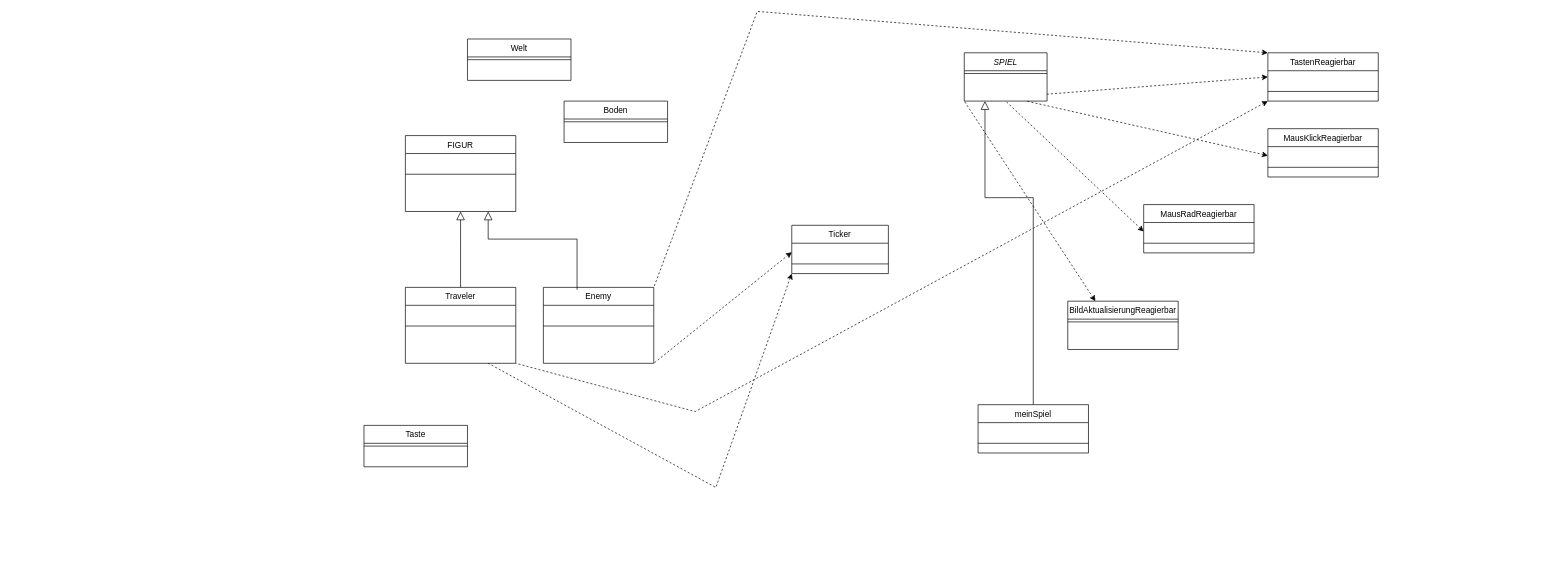
The draw.io diagram Klassendiagramm.drawio in lassewiedemann/Java-Game, before the edit. Source tidied: cells renumbered, new cells numbered last; positions are measured from the earlier drawing's top-left corner, leaving out a move shared by most shapes. Both pictures are drawn from the tidied source at 69%, with x=0, y=0 at pixel (364, 11).
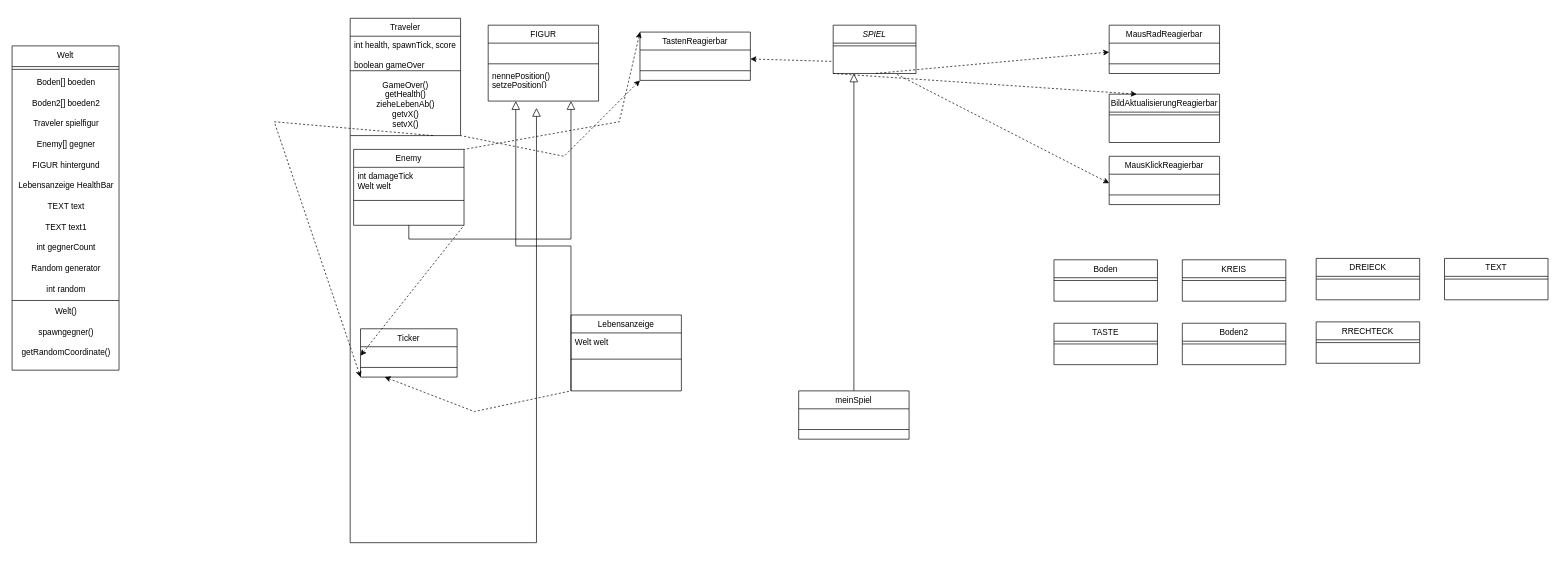
The same page after the edit.

The change refers to these unchanged cells:
```xml
<mxCell id="18" value="&#10;" style="text;align=left;verticalAlign=top;spacingLeft=4;spacingRight=4;overflow=hidden;points=[[0,0.5],[1,0.5]];portConstraint=eastwest;" parent="17" vertex="1">
  <mxGeometry y="26" width="160" height="26" as="geometry" />
</mxCell>
```

What changed in the source:
```diff
@@
     <mxCell id="2" value="SPIEL" style="swimlane;fontStyle=2;align=center;verticalAlign=top;horizontal=1;startSize=26;rounded=0;shadow=0;strokeWidth=1;" parent="1" vertex="1">
-      <mxGeometry x="870" y="60" width="120" height="70" as="geometry" />
+      <mxGeometry x="680" y="20" width="120" height="70" as="geometry" />
     </mxCell>
@@
     <mxCell id="4" value="FIGUR" style="swimlane;fontStyle=0;align=center;verticalAlign=top;horizontal=1;startSize=26;rounded=0;shadow=0;strokeWidth=1;" parent="1" vertex="1">
-      <mxGeometry x="60" y="180" width="160" height="110" as="geometry" />
+      <mxGeometry x="180" y="20" width="160" height="110" as="geometry" />
     </mxCell>
@@
-    <mxCell id="7" value="&#10;" style="text;align=left;verticalAlign=top;spacingLeft=4;spacingRight=4;overflow=hidden;" parent="4" vertex="1">
+    <mxCell id="7" value="nennePosition()&#10;setzePosition()&#10;" style="text;align=left;verticalAlign=top;spacingLeft=4;spacingRight=4;overflow=hidden;" parent="4" vertex="1">
       <mxGeometry y="60" width="160" height="26" as="geometry" />
     </mxCell>
-    <mxCell id="8" value="Welt&#10;" style="swimlane;fontStyle=0;align=center;verticalAlign=top;horizontal=1;startSize=26;rounded=0;shadow=0;strokeWidth=1;" parent="1" vertex="1">
-      <mxGeometry x="150" y="40" width="150" height="60" as="geometry" />
+    <mxCell id="8" value="Welt&#10;" style="swimlane;fontStyle=0;align=center;verticalAlign=top;horizontal=1;startSize=30;rounded=0;shadow=0;strokeWidth=1;" parent="1" vertex="1">
+      <mxGeometry x="-510" y="50" width="155" height="470" as="geometry" />
     </mxCell>
     <mxCell id="9" style="line;html=1;strokeWidth=1;align=left;verticalAlign=middle;spacingTop=-1;spacingLeft=3;spacingRight=3;labelPosition=right;" parent="8" vertex="1">
-      <mxGeometry y="26" width="150" height="8" as="geometry" />
+      <mxGeometry y="30" width="155" height="8" as="geometry" />
     </mxCell>
+    <mxCell id="51" value="&lt;div&gt;Boden[] boeden&lt;/div&gt;" style="text;html=1;align=center;verticalAlign=middle;strokeColor=none;fillColor=none;" parent="8" vertex="1">
+      <mxGeometry y="38" width="155" height="30" as="geometry" />
+    </mxCell>
+    <mxCell id="52" value="&lt;div&gt;Boden2[] boeden2&lt;/div&gt;" style="text;html=1;align=center;verticalAlign=middle;strokeColor=none;fillColor=none;" parent="8" vertex="1">
+      <mxGeometry y="68" width="155" height="30" as="geometry" />
+    </mxCell>
+    <mxCell id="53" value="Traveler spielfigur" style="text;html=1;align=center;verticalAlign=middle;strokeColor=none;fillColor=none;" parent="8" vertex="1">
+      <mxGeometry y="98" width="155" height="30" as="geometry" />
+    </mxCell>
+    <mxCell id="54" value="Enemy[] gegner" style="text;html=1;align=center;verticalAlign=middle;strokeColor=none;fillColor=none;" parent="8" vertex="1">
+      <mxGeometry y="128" width="155" height="30" as="geometry" />
+    </mxCell>
+    <mxCell id="55" value="FIGUR hintergund" style="text;html=1;align=center;verticalAlign=middle;strokeColor=none;fillColor=none;" parent="8" vertex="1">
+      <mxGeometry y="158" width="155" height="30" as="geometry" />
+    </mxCell>
+    <mxCell id="56" value="Lebensanzeige HealthBar" style="text;html=1;align=center;verticalAlign=middle;strokeColor=none;fillColor=none;" parent="8" vertex="1">
+      <mxGeometry y="188" width="155" height="30" as="geometry" />
+    </mxCell>
+    <mxCell id="57" value="TEXT text" style="text;html=1;align=center;verticalAlign=middle;strokeColor=none;fillColor=none;" parent="8" vertex="1">
+      <mxGeometry y="218" width="155" height="30" as="geometry" />
+    </mxCell>
+    <mxCell id="58" value="TEXT text1" style="text;html=1;align=center;verticalAlign=middle;strokeColor=none;fillColor=none;" parent="8" vertex="1">
+      <mxGeometry y="248" width="155" height="30" as="geometry" />
+    </mxCell>
+    <mxCell id="59" value="int gegnerCount" style="text;html=1;align=center;verticalAlign=middle;strokeColor=none;fillColor=none;" parent="8" vertex="1">
+      <mxGeometry y="278" width="155" height="30" as="geometry" />
+    </mxCell>
+    <mxCell id="60" value="Random generator" style="text;html=1;align=center;verticalAlign=middle;strokeColor=none;fillColor=none;" parent="8" vertex="1">
+      <mxGeometry y="308" width="155" height="30" as="geometry" />
+    </mxCell>
+    <mxCell id="61" value="int random" style="text;html=1;align=center;verticalAlign=middle;strokeColor=none;fillColor=none;" parent="8" vertex="1">
+      <mxGeometry y="338" width="155" height="30" as="geometry" />
+    </mxCell>
+    <mxCell id="62" style="line;html=1;strokeWidth=1;align=left;verticalAlign=middle;spacingTop=-1;spacingLeft=3;spacingRight=3;labelPosition=right;" parent="8" vertex="1">
+      <mxGeometry y="368" width="155" height="2" as="geometry" />
+    </mxCell>
+    <mxCell id="63" value="Welt()" style="text;html=1;align=center;verticalAlign=middle;strokeColor=none;fillColor=none;" parent="8" vertex="1">
+      <mxGeometry y="370" width="155" height="30" as="geometry" />
+    </mxCell>
+    <mxCell id="64" value="spawngegner()" style="text;html=1;align=center;verticalAlign=middle;strokeColor=none;fillColor=none;" parent="8" vertex="1">
+      <mxGeometry y="400" width="155" height="30" as="geometry" />
+    </mxCell>
+    <mxCell id="65" value="getRandomCoordinate()" style="text;html=1;align=center;verticalAlign=middle;strokeColor=none;fillColor=none;" parent="8" vertex="1">
+      <mxGeometry y="430" width="155" height="30" as="geometry" />
+    </mxCell>
     <mxCell id="10" value="meinSpiel" style="swimlane;fontStyle=0;align=center;verticalAlign=top;horizontal=1;startSize=26;rounded=0;shadow=0;strokeWidth=1;" parent="1" vertex="1">
-      <mxGeometry x="890" y="570" width="160" height="70" as="geometry" />
+      <mxGeometry x="630" y="550" width="160" height="70" as="geometry" />
     </mxCell>
@@
     <mxCell id="13" style="endArrow=block;endSize=10;endFill=0;shadow=0;strokeWidth=1;rounded=0;curved=0;edgeStyle=elbowEdgeStyle;elbow=vertical;exitX=0.5;exitY=0;exitDx=0;exitDy=0;entryX=0.25;entryY=1;entryDx=0;entryDy=0;" parent="1" edge="1" source="10" target="2">
       <mxGeometry relative="1" as="geometry">
         <Array as="points">
-          <mxPoint x="980" y="270" />
+          <mxPoint x="720" y="300" />
           <mxPoint x="960" y="290" />
         </Array>
       </mxGeometry>
     </mxCell>
     <mxCell id="14" value="MausRadReagierbar" style="swimlane;fontStyle=0;align=center;verticalAlign=top;horizontal=1;startSize=26;rounded=0;shadow=0;strokeWidth=1;" parent="1" vertex="1">
-      <mxGeometry x="1130" y="280" width="160" height="70" as="geometry" />
+      <mxGeometry x="1080" y="20" width="160" height="70" as="geometry" />
     </mxCell>
@@
     <mxCell id="17" value="TastenReagierbar" style="swimlane;fontStyle=0;align=center;verticalAlign=top;horizontal=1;startSize=26;rounded=0;shadow=0;strokeWidth=1;" parent="1" vertex="1">
-      <mxGeometry x="1310" y="60" width="160" height="70" as="geometry" />
+      <mxGeometry x="400" y="30" width="160" height="70" as="geometry" />
     </mxCell>
@@
     <mxCell id="20" value="BildAktualisierungReagierbar" style="swimlane;fontStyle=0;align=center;verticalAlign=top;horizontal=1;startSize=26;rounded=0;shadow=0;strokeWidth=1;" parent="1" vertex="1">
-      <mxGeometry x="1020" y="420" width="160" height="70" as="geometry" />
+      <mxGeometry x="1080" y="120" width="160" height="70" as="geometry" />
     </mxCell>
@@
-    <mxCell id="22" value="&#10;" style="text;align=left;verticalAlign=top;spacingLeft=4;spacingRight=4;overflow=hidden;" parent="1" vertex="1">
-      <mxGeometry x="1080" y="410" width="160" height="26" as="geometry" />
-    </mxCell>
     <mxCell id="23" value="MausKlickReagierbar" style="swimlane;fontStyle=0;align=center;verticalAlign=top;horizontal=1;startSize=26;rounded=0;shadow=0;strokeWidth=1;" parent="1" vertex="1">
-      <mxGeometry x="1310" y="170" width="160" height="70" as="geometry" />
+      <mxGeometry x="1080" y="210" width="160" height="70" as="geometry" />
     </mxCell>
@@
     <mxCell id="26" value="Ticker" style="swimlane;fontStyle=0;align=center;verticalAlign=top;horizontal=1;startSize=26;rounded=0;shadow=0;strokeWidth=1;" parent="1" vertex="1">
-      <mxGeometry x="620" y="310" width="140" height="70" as="geometry" />
+      <mxGeometry x="-5" y="460" width="140" height="70" as="geometry" />
     </mxCell>
@@
     <mxCell id="29" value="Traveler" style="swimlane;fontStyle=0;align=center;verticalAlign=top;horizontal=1;startSize=26;rounded=0;shadow=0;strokeWidth=1;" parent="1" vertex="1">
-      <mxGeometry x="60" y="400" width="160" height="110" as="geometry" />
+      <mxGeometry x="-20" y="10" width="160" height="170" as="geometry" />
     </mxCell>
-    <mxCell id="30" value="&#10;" style="text;align=left;verticalAlign=top;spacingLeft=4;spacingRight=4;overflow=hidden;rounded=0;shadow=0;html=0;" parent="29" vertex="1">
-      <mxGeometry y="26" width="160" height="26" as="geometry" />
+    <mxCell id="30" value="int health, spawnTick, score&#10;&#10;boolean gameOver" style="text;align=left;verticalAlign=top;spacingLeft=4;spacingRight=4;overflow=hidden;rounded=0;shadow=0;html=0;" parent="29" vertex="1">
+      <mxGeometry y="26" width="160" height="44" as="geometry" />
     </mxCell>
+    <mxCell id="32" value="&#10;" style="text;align=left;verticalAlign=top;spacingLeft=4;spacingRight=4;overflow=hidden;" parent="29" vertex="1">
+      <mxGeometry y="70" width="160" height="2" as="geometry" />
+    </mxCell>
     <mxCell id="31" style="line;html=1;strokeWidth=1;align=left;verticalAlign=middle;spacingTop=-1;spacingLeft=3;spacingRight=3;labelPosition=right;" parent="29" vertex="1">
-      <mxGeometry y="52" width="160" height="8" as="geometry" />
+      <mxGeometry y="72" width="160" height="8" as="geometry" />
     </mxCell>
-    <mxCell id="32" value="&#10;" style="text;align=left;verticalAlign=top;spacingLeft=4;spacingRight=4;overflow=hidden;" parent="29" vertex="1">
-      <mxGeometry y="60" width="160" height="26" as="geometry" />
-    </mxCell>
+    <mxCell id="66" value="&lt;div&gt;GameOver()&lt;/div&gt;&lt;div&gt;getHealth()&lt;/div&gt;&lt;div&gt;zieheLebenAb()&lt;/div&gt;&lt;div&gt;getvX()&lt;/div&gt;&lt;div&gt;setvX()&lt;br&gt;&lt;/div&gt;" style="text;html=1;align=center;verticalAlign=middle;strokeColor=none;fillColor=none;" parent="29" vertex="1">
+      <mxGeometry y="80" width="160" height="90" as="geometry" />
+    </mxCell>
-    <mxCell id="33" style="endArrow=block;endSize=10;endFill=0;shadow=0;strokeWidth=1;rounded=0;curved=0;edgeStyle=elbowEdgeStyle;elbow=vertical;exitX=0.5;exitY=0;exitDx=0;exitDy=0;entryX=0.5;entryY=1;entryDx=0;entryDy=0;" parent="1" edge="1" source="29" target="4">
+    <mxCell id="33" style="endArrow=block;endSize=10;endFill=0;shadow=0;strokeWidth=1;rounded=0;curved=0;edgeStyle=elbowEdgeStyle;elbow=vertical;exitX=0;exitY=1;exitDx=0;exitDy=0;" parent="1" edge="1" source="29">
       <mxGeometry relative="1" as="geometry">
+        <mxPoint x="250" y="140" as="targetPoint" />
         <Array as="points">
-          <mxPoint x="150" y="340" />
+          <mxPoint x="330" y="770" />
         </Array>
       </mxGeometry>
     </mxCell>
     <mxCell id="34" value="Boden" style="swimlane;fontStyle=0;align=center;verticalAlign=top;horizontal=1;startSize=26;rounded=0;shadow=0;strokeWidth=1;" parent="1" vertex="1">
-      <mxGeometry x="290" y="130" width="150" height="60" as="geometry" />
+      <mxGeometry x="1000" y="360" width="150" height="60" as="geometry" />
     </mxCell>
@@
-    <mxCell id="36" value="Taste" style="swimlane;fontStyle=0;align=center;verticalAlign=top;horizontal=1;startSize=26;rounded=0;shadow=0;strokeWidth=1;" parent="1" vertex="1">
-      <mxGeometry y="600" width="150" height="60" as="geometry" />
+    <mxCell id="36" value="TASTE" style="swimlane;fontStyle=0;align=center;verticalAlign=top;horizontal=1;startSize=26;rounded=0;shadow=0;strokeWidth=1;" parent="1" vertex="1">
+      <mxGeometry x="1000" y="452" width="150" height="60" as="geometry" />
     </mxCell>
@@
     <mxCell id="38" value="Enemy" style="swimlane;fontStyle=0;align=center;verticalAlign=top;horizontal=1;startSize=26;rounded=0;shadow=0;strokeWidth=1;" parent="1" vertex="1">
-      <mxGeometry x="260" y="400" width="160" height="110" as="geometry" />
+      <mxGeometry x="-15" y="200" width="160" height="110" as="geometry" />
     </mxCell>
-    <mxCell id="39" value="&#10;" style="text;align=left;verticalAlign=top;spacingLeft=4;spacingRight=4;overflow=hidden;rounded=0;shadow=0;html=0;" parent="38" vertex="1">
-      <mxGeometry y="26" width="160" height="26" as="geometry" />
+    <mxCell id="39" value="int damageTick&#10;Welt welt&#10;" style="text;align=left;verticalAlign=top;spacingLeft=4;spacingRight=4;overflow=hidden;rounded=0;shadow=0;html=0;" parent="38" vertex="1">
+      <mxGeometry y="26" width="160" height="44" as="geometry" />
     </mxCell>
     <mxCell id="40" style="line;html=1;strokeWidth=1;align=left;verticalAlign=middle;spacingTop=-1;spacingLeft=3;spacingRight=3;labelPosition=right;" parent="38" vertex="1">
-      <mxGeometry y="52" width="160" height="8" as="geometry" />
+      <mxGeometry y="70" width="160" height="8" as="geometry" />
     </mxCell>
     <mxCell id="41" value="&#10;" style="text;align=left;verticalAlign=top;spacingLeft=4;spacingRight=4;overflow=hidden;" parent="38" vertex="1">
-      <mxGeometry y="60" width="160" height="26" as="geometry" />
+      <mxGeometry y="78" width="160" height="26" as="geometry" />
     </mxCell>
-    <mxCell id="42" style="endArrow=block;endSize=10;endFill=0;shadow=0;strokeWidth=1;rounded=0;curved=0;edgeStyle=elbowEdgeStyle;elbow=vertical;exitX=0.305;exitY=0.031;exitDx=0;exitDy=0;entryX=0.75;entryY=1;entryDx=0;entryDy=0;exitPerimeter=0;" parent="1" edge="1" source="38" target="4">
+    <mxCell id="42" style="endArrow=block;endSize=10;endFill=0;shadow=0;strokeWidth=1;rounded=0;curved=0;edgeStyle=elbowEdgeStyle;elbow=vertical;entryX=0.75;entryY=1;entryDx=0;entryDy=0;exitX=0.5;exitY=1;exitDx=0;exitDy=0;" parent="1" edge="1" source="38" target="4">
       <mxGeometry relative="1" as="geometry">
         <Array as="points">
           <mxPoint x="320" y="330" />
         </Array>
       </mxGeometry>
     </mxCell>
@@
-    <mxCell id="46" style="endArrow=none;dashed=1;html=1;rounded=0;strokeColor=default;startArrow=classic;startFill=1;exitX=0;exitY=0.5;exitDx=0;exitDy=0;" parent="1" edge="1" source="17">
-      <mxGeometry relative="1" as="geometry">
-        <mxPoint x="990" y="120" as="targetPoint" />
-      </mxGeometry>
+    <mxCell id="46" style="endArrow=none;dashed=1;html=1;rounded=0;strokeColor=default;startArrow=classic;startFill=1;exitX=1;exitY=0.5;exitDx=0;exitDy=0;entryX=0;entryY=0.75;entryDx=0;entryDy=0;" parent="1" edge="1" source="18" target="2">
+      <mxGeometry relative="1" as="geometry" />
     </mxCell>
     <mxCell id="47" style="endArrow=none;dashed=1;html=1;rounded=0;strokeColor=default;startArrow=classic;startFill=1;entryX=1;entryY=1;entryDx=0;entryDy=0;exitX=0;exitY=1;exitDx=0;exitDy=0;" parent="1" edge="1" source="17" target="29">
       <mxGeometry relative="1" as="geometry">
         <Array as="points">
-          <mxPoint x="480" y="580" />
+          <mxPoint x="290" y="210" />
         </Array>
       </mxGeometry>
     </mxCell>
     <mxCell id="48" style="endArrow=none;dashed=1;html=1;rounded=0;strokeColor=default;startArrow=classic;startFill=1;entryX=0.75;entryY=1;entryDx=0;entryDy=0;exitX=0;exitY=1;exitDx=0;exitDy=0;" parent="1" edge="1" source="26" target="29">
       <mxGeometry relative="1" as="geometry">
         <Array as="points">
-          <mxPoint x="510" y="690" />
+          <mxPoint x="-130" y="160" />
         </Array>
       </mxGeometry>
     </mxCell>
@@
     <mxCell id="50" style="endArrow=none;dashed=1;html=1;rounded=0;strokeColor=default;startArrow=classic;startFill=1;entryX=1;entryY=0;entryDx=0;entryDy=0;exitX=0;exitY=0;exitDx=0;exitDy=0;" parent="1" edge="1" source="17" target="38">
       <mxGeometry relative="1" as="geometry">
         <Array as="points">
-          <mxPoint x="570" />
+          <mxPoint x="370" y="160" />
         </Array>
       </mxGeometry>
     </mxCell>
+    <mxCell id="67" value="KREIS" style="swimlane;fontStyle=0;align=center;verticalAlign=top;horizontal=1;startSize=26;rounded=0;shadow=0;strokeWidth=1;" parent="1" vertex="1">
+      <mxGeometry x="1186" y="360" width="150" height="60" as="geometry" />
+    </mxCell>
+    <mxCell id="68" style="line;html=1;strokeWidth=1;align=left;verticalAlign=middle;spacingTop=-1;spacingLeft=3;spacingRight=3;labelPosition=right;" parent="67" vertex="1">
+      <mxGeometry y="26" width="150" height="8" as="geometry" />
+    </mxCell>
+    <mxCell id="69" value="Boden2" style="swimlane;fontStyle=0;align=center;verticalAlign=top;horizontal=1;startSize=26;rounded=0;shadow=0;strokeWidth=1;" parent="1" vertex="1">
+      <mxGeometry x="1186" y="452" width="150" height="60" as="geometry" />
+    </mxCell>
+    <mxCell id="70" style="line;html=1;strokeWidth=1;align=left;verticalAlign=middle;spacingTop=-1;spacingLeft=3;spacingRight=3;labelPosition=right;" parent="69" vertex="1">
+      <mxGeometry y="26" width="150" height="8" as="geometry" />
+    </mxCell>
+    <mxCell id="71" value="Lebensanzeige" style="swimlane;fontStyle=0;align=center;verticalAlign=top;horizontal=1;startSize=26;rounded=0;shadow=0;strokeWidth=1;" parent="1" vertex="1">
+      <mxGeometry x="300" y="440" width="160" height="110" as="geometry" />
+    </mxCell>
+    <mxCell id="72" value="Welt welt&#10;" style="text;align=left;verticalAlign=top;spacingLeft=4;spacingRight=4;overflow=hidden;rounded=0;shadow=0;html=0;" parent="71" vertex="1">
+      <mxGeometry y="26" width="160" height="34" as="geometry" />
+    </mxCell>
+    <mxCell id="73" style="line;html=1;strokeWidth=1;align=left;verticalAlign=middle;spacingTop=-1;spacingLeft=3;spacingRight=3;labelPosition=right;" parent="71" vertex="1">
+      <mxGeometry y="60" width="160" height="8" as="geometry" />
+    </mxCell>
+    <mxCell id="74" value="&#10;" style="text;align=left;verticalAlign=top;spacingLeft=4;spacingRight=4;overflow=hidden;" parent="71" vertex="1">
+      <mxGeometry y="68" width="160" height="26" as="geometry" />
+    </mxCell>
+    <mxCell id="75" style="endArrow=block;endSize=10;endFill=0;shadow=0;strokeWidth=1;rounded=0;curved=0;edgeStyle=elbowEdgeStyle;elbow=vertical;exitX=0;exitY=1;exitDx=0;exitDy=0;entryX=0.25;entryY=1;entryDx=0;entryDy=0;" parent="1" edge="1" source="71" target="4">
+      <mxGeometry relative="1" as="geometry" />
+    </mxCell>
+    <mxCell id="76" style="endArrow=none;dashed=1;html=1;rounded=0;strokeColor=default;startArrow=classic;startFill=1;entryX=0;entryY=1;entryDx=0;entryDy=0;exitX=0.25;exitY=1;exitDx=0;exitDy=0;" parent="1" edge="1" source="26" target="71">
+      <mxGeometry relative="1" as="geometry">
+        <Array as="points">
+          <mxPoint x="160" y="580" />
+        </Array>
+      </mxGeometry>
+    </mxCell>
+    <mxCell id="77" value="DREIECK" style="swimlane;fontStyle=0;align=center;verticalAlign=top;horizontal=1;startSize=26;rounded=0;shadow=0;strokeWidth=1;" parent="1" vertex="1">
+      <mxGeometry x="1380" y="358" width="150" height="60" as="geometry" />
+    </mxCell>
+    <mxCell id="78" style="line;html=1;strokeWidth=1;align=left;verticalAlign=middle;spacingTop=-1;spacingLeft=3;spacingRight=3;labelPosition=right;" parent="77" vertex="1">
+      <mxGeometry y="26" width="150" height="8" as="geometry" />
+    </mxCell>
+    <mxCell id="79" value="TEXT" style="swimlane;fontStyle=0;align=center;verticalAlign=top;horizontal=1;startSize=26;rounded=0;shadow=0;strokeWidth=1;" parent="1" vertex="1">
+      <mxGeometry x="1566" y="358" width="150" height="60" as="geometry" />
+    </mxCell>
+    <mxCell id="80" style="line;html=1;strokeWidth=1;align=left;verticalAlign=middle;spacingTop=-1;spacingLeft=3;spacingRight=3;labelPosition=right;" parent="79" vertex="1">
+      <mxGeometry y="26" width="150" height="8" as="geometry" />
+    </mxCell>
+    <mxCell id="81" value="RRECHTECK" style="swimlane;fontStyle=0;align=center;verticalAlign=top;horizontal=1;startSize=26;rounded=0;shadow=0;strokeWidth=1;" parent="1" vertex="1">
+      <mxGeometry x="1380" y="450" width="150" height="60" as="geometry" />
+    </mxCell>
+    <mxCell id="82" style="line;html=1;strokeWidth=1;align=left;verticalAlign=middle;spacingTop=-1;spacingLeft=3;spacingRight=3;labelPosition=right;" parent="81" vertex="1">
+      <mxGeometry y="26" width="150" height="8" as="geometry" />
+    </mxCell>
```
